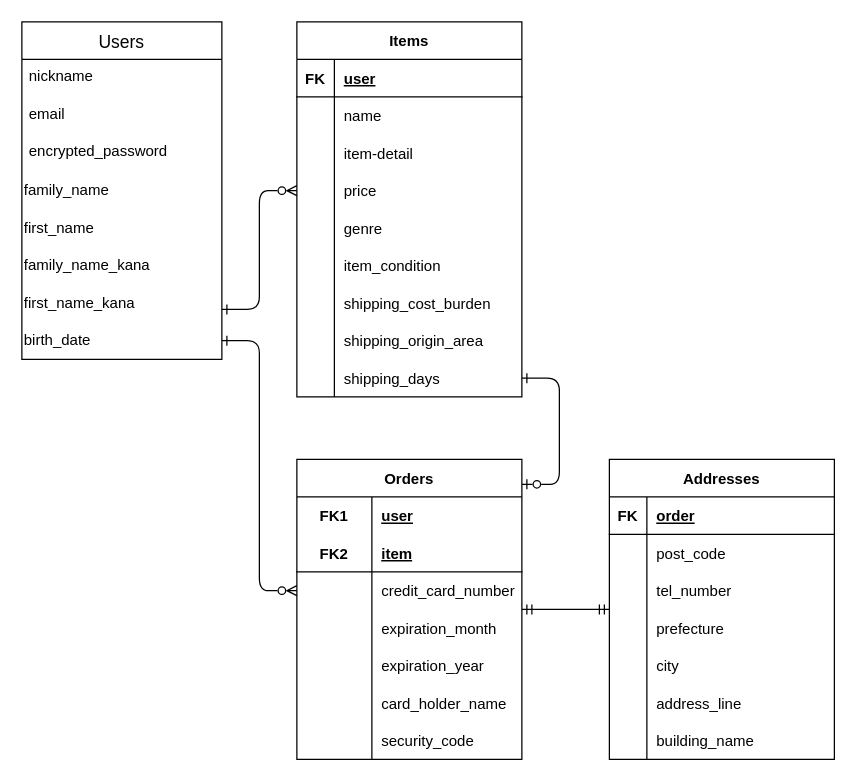
This is furima.dio from takedataisei/furima-40744, a draw.io file, before an edit. Source tidied: cells renumbered, new cells numbered last; positions are measured from the earlier drawing's top-left corner, leaving out a move shared by most shapes. Both pictures are drawn from the tidied source at 125%, with x=0, y=0 at pixel (21, 21).
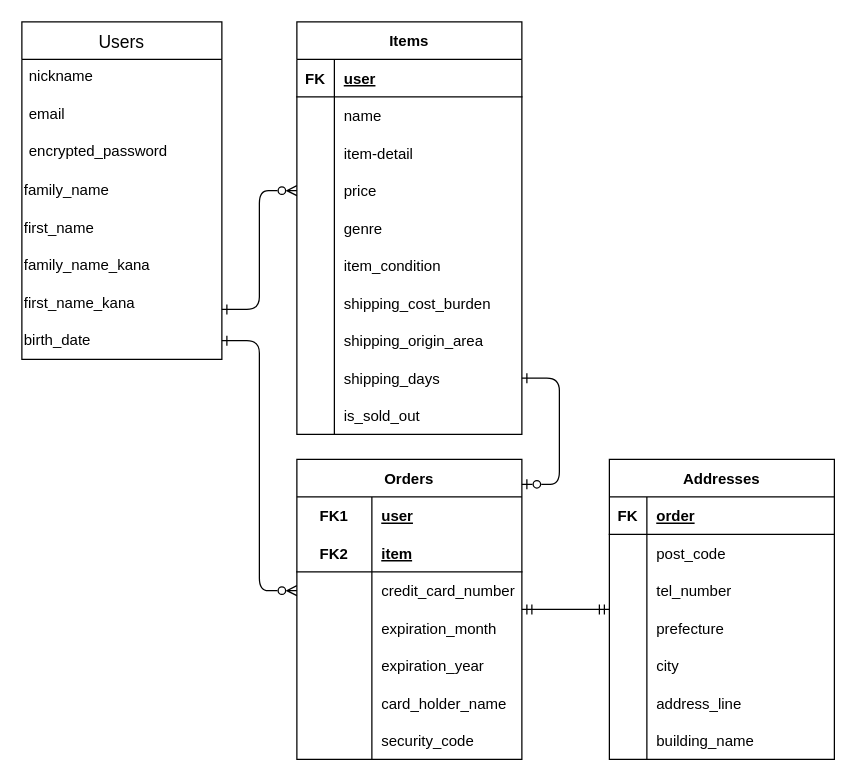
After the change.

Commit message (it also covers changes not shown here):
READMEにデータベース設計を記述

What changed in the source:
```diff
@@
     <mxCell id="11" value="Items" style="shape=table;startSize=30;childLayout=tableLayout;rowLines=0;fontStyle=1;align=center;" parent="1" vertex="1">
-      <mxGeometry x="220" width="180" height="300" as="geometry" />
+      <mxGeometry x="220" width="180" height="330" as="geometry" />
     </mxCell>
@@
+    <mxCell id="87" style="shape=tableRow;horizontal=0;startSize=0;swimlaneHead=0;swimlaneBody=0;fillColor=none;top=0;left=0;right=0;bottom=0;" parent="11" vertex="1">
+      <mxGeometry y="300" width="180" height="30" as="geometry" />
+    </mxCell>
+    <mxCell id="88" style="shape=partialRectangle;fillColor=none;top=0;left=0;bottom=0;right=0;overflow=hidden;" parent="87" vertex="1">
+      <mxGeometry width="30" height="30" as="geometry" />
+    </mxCell>
+    <mxCell id="89" value="is_sold_out" style="shape=partialRectangle;fillColor=none;top=0;left=0;bottom=0;right=0;align=left;spacingLeft=6;overflow=hidden;" parent="87" vertex="1">
+      <mxGeometry x="30" width="150" height="30" as="geometry" />
+    </mxCell>
```
